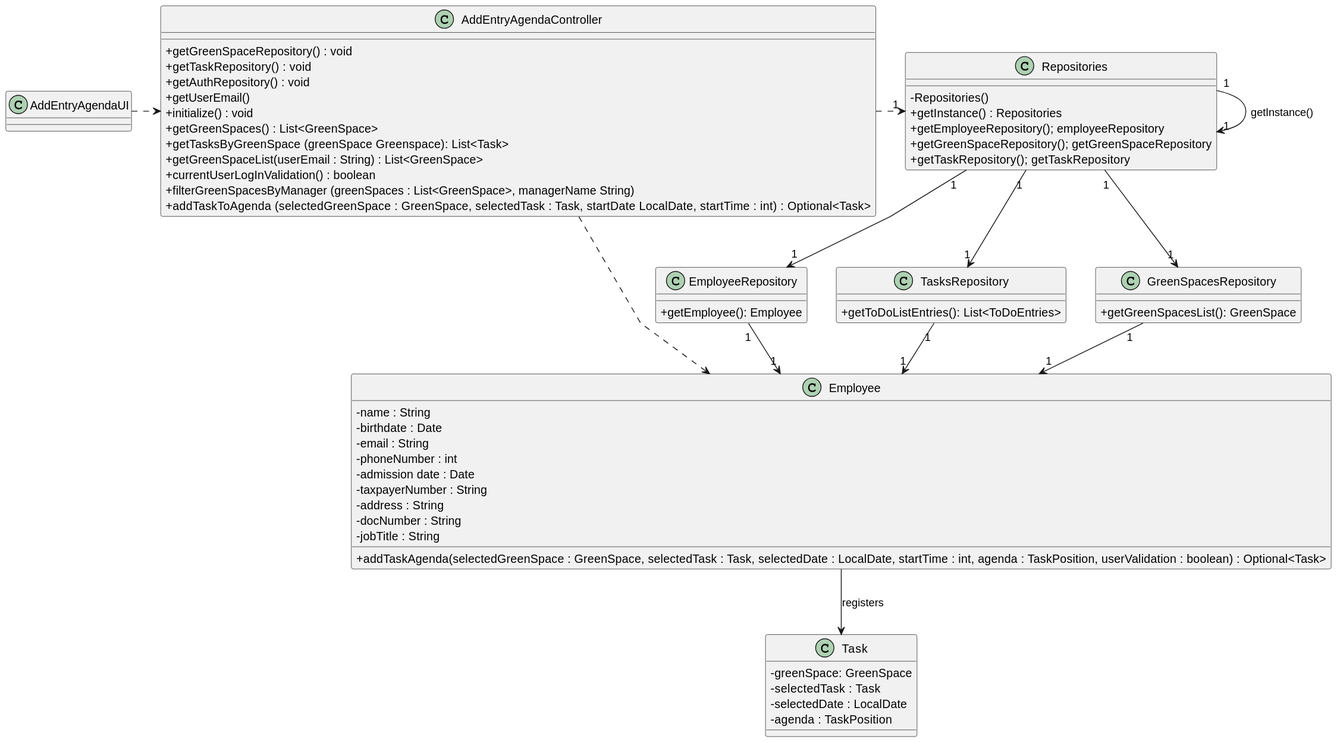
This is docs/sprintC/US022/03.design/svg/us22-class-diagram.svg from LopemigueISEP/lei-24-s2-1nb-g312, a PlantUML export, as it was before one commit. Its diagram source:
```plantuml
@startuml
skinparam packageStyle rectangle
skinparam shadowing false
skinparam linetype polyline

skinparam classAttributeIconSize 0

class Employee{
    -name : String
    -birthdate : Date
    -email : String
    -phoneNumber : int
    -admission date : Date
    -taxpayerNumber : String
    -address : String
    -docNumber : String
    -jobTitle : String

+ addTaskAgenda(selectedGreenSpace : GreenSpace, selectedTask : Task, selectedDate : LocalDate, startTime : int, agenda : TaskPosition, userValidation : boolean) : Optional<Task>


}

class Task{
-greenSpace: GreenSpace
-selectedTask : Task
-selectedDate : LocalDate
-agenda : TaskPosition

}


class AddEntryAgendaController{
+ getGreenSpaceRepository() : void
+ getTaskRepository() : void
+ getAuthRepository() : void
+ getUserEmail()
+ initialize() : void
+ getGreenSpaces() : List<GreenSpace>
+ getTasksByGreenSpace (greenSpace Greenspace): List<Task>
+ getGreenSpaceList(userEmail : String) : List<GreenSpace>
+ currentUserLogInValidation() : boolean
+ filterGreenSpacesByManager (greenSpaces : List<GreenSpace>, managerName String)
+ addTaskToAgenda (selectedGreenSpace : GreenSpace,  selectedTask : Task, startDate LocalDate, startTime : int) : Optional<Task>


}

class AddEntryAgendaUI{

}

class Repositories {
    - Repositories()
    + getInstance() : Repositories
    + getEmployeeRepository(); employeeRepository
     + getGreenSpaceRepository(); getGreenSpaceRepository
     + getTaskRepository(); getTaskRepository

}
class EmployeeRepository{


+getEmployee(): Employee

}
class TasksRepository{
 +getToDoListEntries(): List<ToDoEntries>
}
class GreenSpacesRepository{
+getGreenSpacesList(): GreenSpace
}

AddEntryAgendaUI .>AddEntryAgendaController

AddEntryAgendaController .> "1" Repositories

Repositories "1" --> "1" Repositories : getInstance()
Repositories "1" --> "1" EmployeeRepository
Repositories "1" --> "1" TasksRepository
Repositories "1" --> "1" GreenSpacesRepository

AddEntryAgendaController ..>Employee

EmployeeRepository "1" --> "1" Employee
TasksRepository "1" --> "1" Employee
GreenSpacesRepository "1" --> "1" Employee

Employee --> Task: registers
@enduml
```
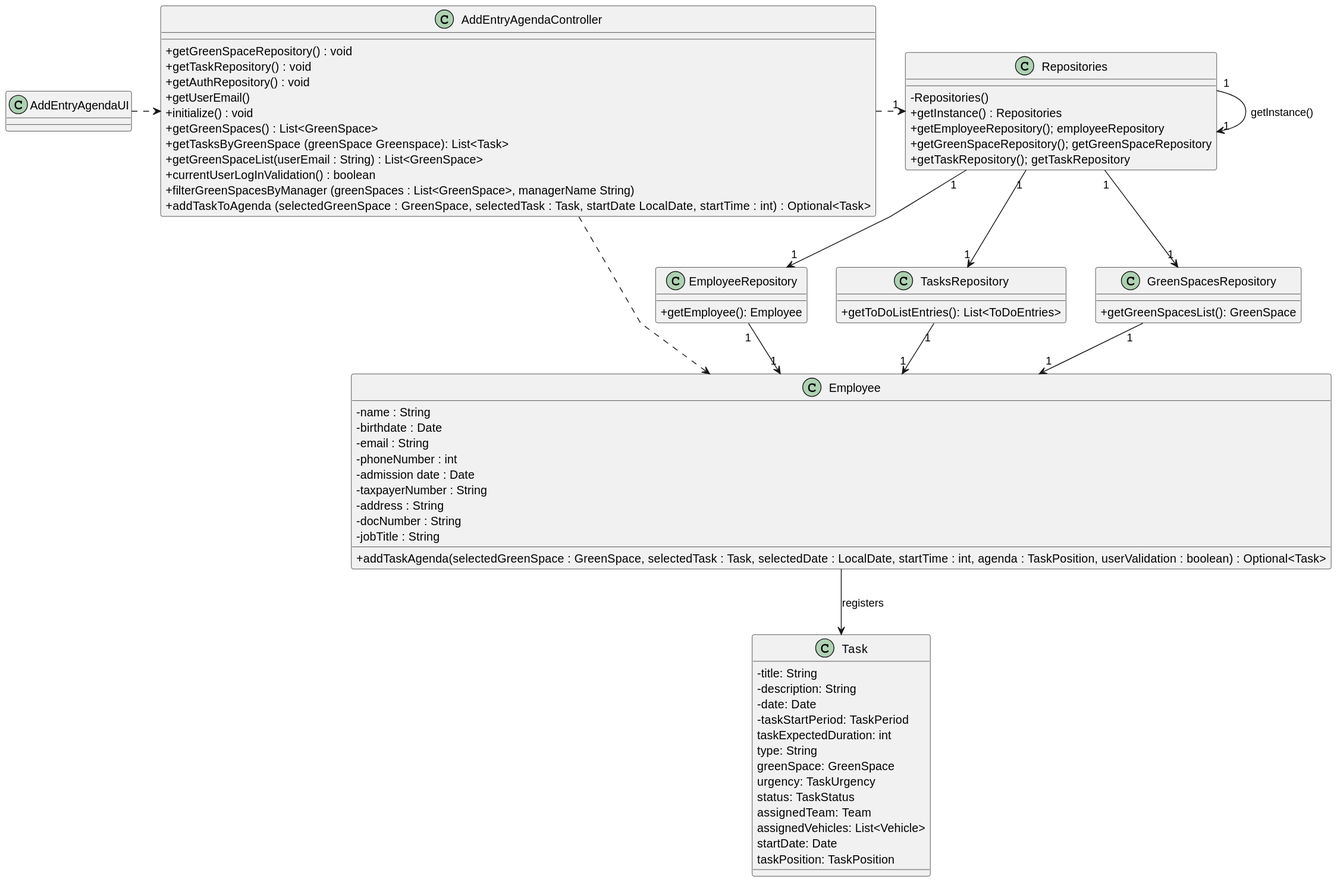
The same file after the commit.

Commit message:
#3 class diagram update. Implementation update

Diff of the diagram source:
```diff
@@ -22,11 +22,19 @@
 }
 
 class Task{
--greenSpace: GreenSpace
--selectedTask : Task
--selectedDate : LocalDate
--agenda : TaskPosition
-
+    -title: String
+    -description: String
+    -date: Date
+    -taskStartPeriod: TaskPeriod
+    taskExpectedDuration: int
+    type: String
+    greenSpace: GreenSpace
+    urgency: TaskUrgency
+    status: TaskStatus
+    assignedTeam: Team
+    assignedVehicles: List<Vehicle>
+    startDate: Date
+    taskPosition: TaskPosition
 }
 
 
```
